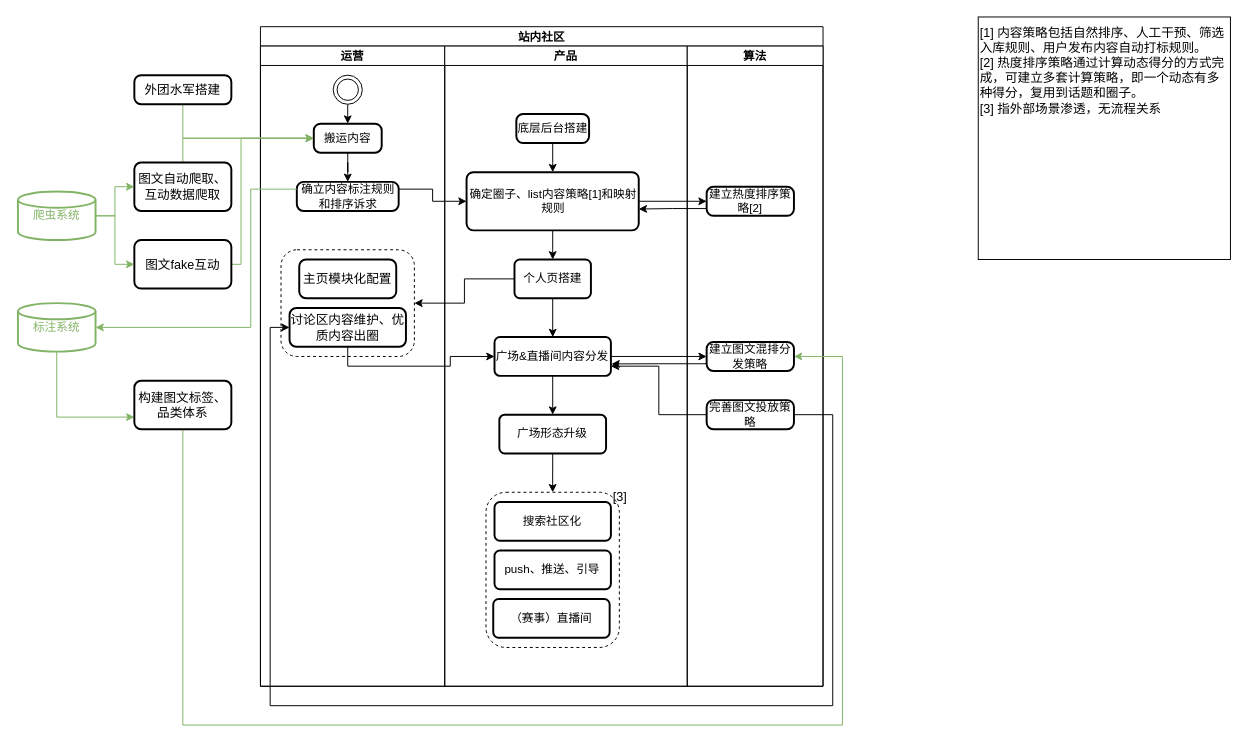
Earlier version of the draw.io diagram huya_community_workflow.drawio (GraceYongqi/huya_design). Source tidied: cells renumbered, new cells numbered last; positions are measured from the earlier drawing's top-left corner, leaving out a move shared by most shapes. Both pictures are drawn from the tidied source at 97%, with x=0, y=0 at pixel (17, 16).
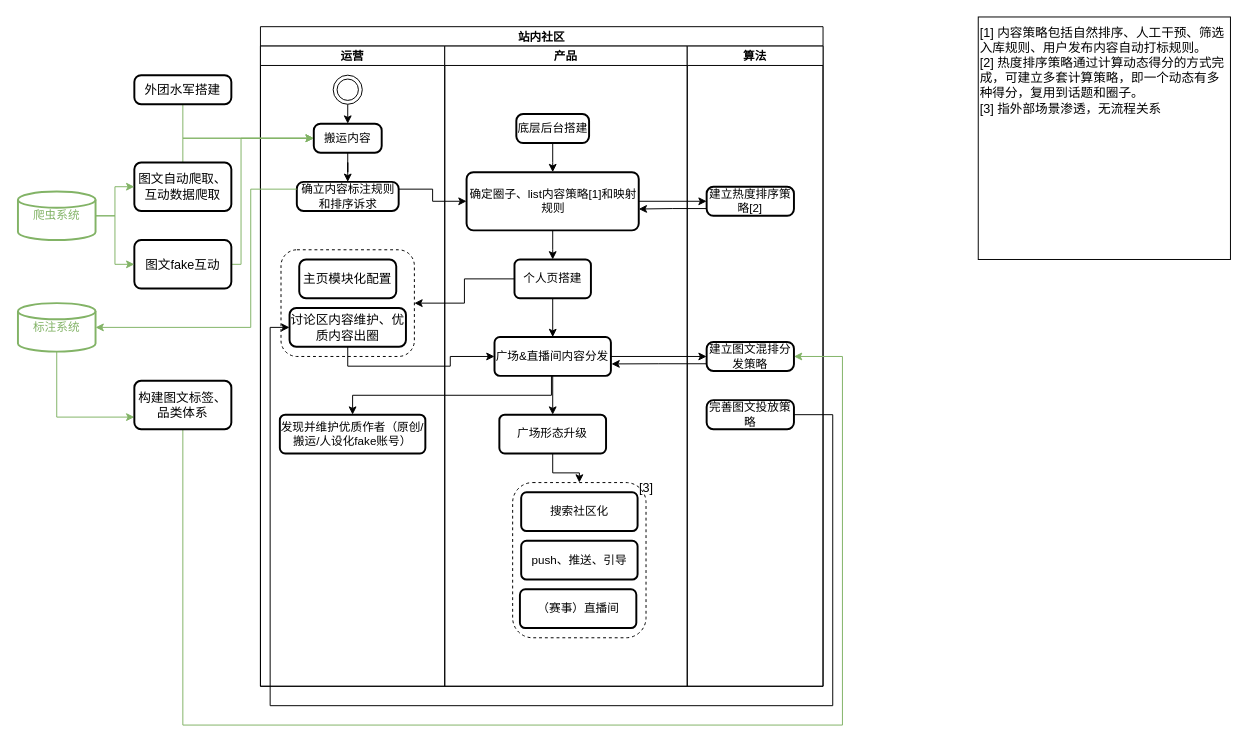
The same page after the edit.

The change refers to these unchanged cells:
```xml
<mxCell id="2" value="站内社区" style="swimlane;startSize=20;" parent="1" vertex="1">
  <mxGeometry x="250" y="10" width="580" height="680" as="geometry" />
</mxCell>
<mxCell id="3" value="运营" style="swimlane;startSize=20;" parent="2" vertex="1">
  <mxGeometry y="20" width="190" height="660" as="geometry" />
</mxCell>
<mxCell id="12" value="产品" style="swimlane;startSize=20;" parent="2" vertex="1">
  <mxGeometry x="190" y="20" width="250" height="660" as="geometry" />
</mxCell>
<mxCell id="20" value="广场&amp;amp;直播间内容分发" style="whiteSpace=wrap;html=1;rounded=1;arcSize=14;strokeWidth=2;" parent="12" vertex="1">
  <mxGeometry x="51.3" y="300" width="120" height="40" as="geometry" />
</mxCell>
<mxCell id="21" value="广场形态升级" style="whiteSpace=wrap;html=1;rounded=1;arcSize=14;strokeWidth=2;" parent="12" vertex="1">
  <mxGeometry x="56.3" y="380" width="110" height="40" as="geometry" />
</mxCell>
<mxCell id="31" value="完善图文投放策略" style="rounded=1;whiteSpace=wrap;html=1;absoluteArcSize=1;arcSize=14;strokeWidth=2;" parent="28" vertex="1">
  <mxGeometry x="20" y="365" width="90" height="30" as="geometry" />
</mxCell>
```

Diff of the diagram source:
```diff
@@
+    <mxCell id="56" value="发现并维护优质作者（原创/搬运/人设化fake账号）" style="whiteSpace=wrap;html=1;rounded=1;arcSize=14;strokeWidth=2;" parent="3" vertex="1">
+      <mxGeometry x="20" y="380" width="150" height="40" as="geometry" />
+    </mxCell>
@@
+    <mxCell id="26" style="edgeStyle=orthogonalEdgeStyle;rounded=0;jettySize=auto;html=1;exitX=0.5;exitY=1;exitDx=0;exitDy=0;entryX=0.5;entryY=0;entryDx=0;entryDy=0;fontSize=13;fontColor=#FF3333;strokeColor=#000000;" parent="12" edge="1" source="21" target="25">
+      <mxGeometry relative="1" as="geometry" />
+    </mxCell>
+    <mxCell id="57" style="group;" parent="12" vertex="1">
+      <mxGeometry x="70" y="440" width="168.1" height="170" as="geometry" />
+    </mxCell>
-    <mxCell id="22" value="搜索社区化" style="whiteSpace=wrap;html=1;rounded=1;arcSize=14;strokeWidth=2;" parent="12" vertex="1">
-      <mxGeometry x="51.3" y="470" width="120" height="40" as="geometry" />
+    <mxCell id="22" value="搜索社区化" style="whiteSpace=wrap;html=1;rounded=1;arcSize=14;strokeWidth=2;" parent="57" vertex="1">
+      <mxGeometry x="8.8" y="20" width="120" height="40" as="geometry" />
     </mxCell>
-    <mxCell id="23" value="push、推送、引导" style="whiteSpace=wrap;html=1;rounded=1;arcSize=14;strokeWidth=2;" parent="12" vertex="1">
-      <mxGeometry x="51.3" y="520" width="120" height="40" as="geometry" />
+    <mxCell id="23" value="push、推送、引导" style="whiteSpace=wrap;html=1;rounded=1;arcSize=14;strokeWidth=2;" parent="57" vertex="1">
+      <mxGeometry x="8.8" y="70" width="120" height="40" as="geometry" />
     </mxCell>
+    <mxCell id="27" value="（赛事）直播间" style="whiteSpace=wrap;html=1;rounded=1;arcSize=14;strokeWidth=2;" parent="57" vertex="1">
+      <mxGeometry x="7.5" y="120" width="120" height="40" as="geometry" />
+    </mxCell>
+    <mxCell id="58" style="group;" parent="57" vertex="1">
+      <mxGeometry width="168.1" height="170" as="geometry" />
+    </mxCell>
-    <mxCell id="24" value="&lt;font color=&quot;#000000&quot;&gt;[3]&lt;/font&gt;" style="text;html=1;strokeColor=none;fillColor=none;align=center;verticalAlign=middle;whiteSpace=wrap;rounded=0;dashed=1;fontSize=13;fontColor=#FF3333;" parent="12" vertex="1">
-      <mxGeometry x="150.6" y="450" width="60" height="30" as="geometry" />
+    <mxCell id="24" value="&lt;font color=&quot;#000000&quot;&gt;[3]&lt;/font&gt;" style="text;html=1;strokeColor=none;fillColor=none;align=center;verticalAlign=middle;whiteSpace=wrap;rounded=0;dashed=1;fontSize=13;fontColor=#FF3333;" parent="58" vertex="1">
+      <mxGeometry x="108.1" width="60" height="30" as="geometry" />
     </mxCell>
-    <mxCell id="25" style="rounded=1;whiteSpace=wrap;html=1;fontSize=13;fontColor=#FF3333;strokeColor=#000000;fillColor=none;dashed=1;" parent="12" vertex="1">
-      <mxGeometry x="42.5" y="460" width="137.5" height="160" as="geometry" />
+    <mxCell id="25" style="rounded=1;whiteSpace=wrap;html=1;fontSize=13;fontColor=#FF3333;strokeColor=#000000;fillColor=none;dashed=1;" parent="58" vertex="1">
+      <mxGeometry y="10" width="137.5" height="160" as="geometry" />
     </mxCell>
-    <mxCell id="26" style="edgeStyle=orthogonalEdgeStyle;rounded=0;jettySize=auto;html=1;exitX=0.5;exitY=1;exitDx=0;exitDy=0;entryX=0.5;entryY=0;entryDx=0;entryDy=0;fontSize=13;fontColor=#FF3333;strokeColor=#000000;" parent="12" edge="1" source="21" target="25">
-      <mxGeometry relative="1" as="geometry" />
-    </mxCell>
-    <mxCell id="27" value="（赛事）直播间" style="whiteSpace=wrap;html=1;rounded=1;arcSize=14;strokeWidth=2;" parent="12" vertex="1">
-      <mxGeometry x="50" y="570" width="120" height="40" as="geometry" />
-    </mxCell>
@@
-    <mxCell id="40" style="edgeStyle=orthogonalEdgeStyle;rounded=0;jettySize=auto;html=1;exitX=0;exitY=0.5;exitDx=0;exitDy=0;entryX=1;entryY=0.75;entryDx=0;entryDy=0;fontSize=13;fontColor=#FF3333;strokeColor=#000000;" parent="2" edge="1" source="31" target="20">
-      <mxGeometry relative="1" as="geometry" />
-    </mxCell>
+    <mxCell id="59" style="edgeStyle=orthogonalEdgeStyle;rounded=0;jettySize=auto;html=1;exitX=0.5;exitY=1;exitDx=0;exitDy=0;entryX=0.5;entryY=0;entryDx=0;entryDy=0;fontSize=13;fontColor=#000000;strokeColor=#000000;" parent="2" edge="1" source="20" target="56">
+      <mxGeometry relative="1" as="geometry">
+        <Array as="points">
+          <mxPoint x="300" y="360" />
+          <mxPoint x="300" y="380" />
+          <mxPoint x="95" y="380" />
+        </Array>
+      </mxGeometry>
+    </mxCell>
```
